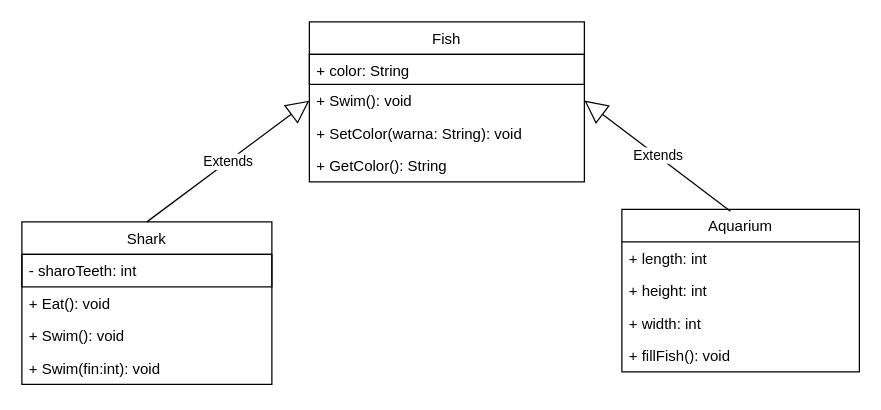
muhdaimanz/Week2ClassDiagrams keeps this draw.io diagram as Untitled Diagram.drawio. Above is the earlier version. Source tidied: cells renumbered, new cells numbered last; positions are measured from the earlier drawing's top-left corner, leaving out a move shared by most shapes. Both pictures are drawn from the tidied source at 125%, with x=0, y=0 at pixel (21, 21).
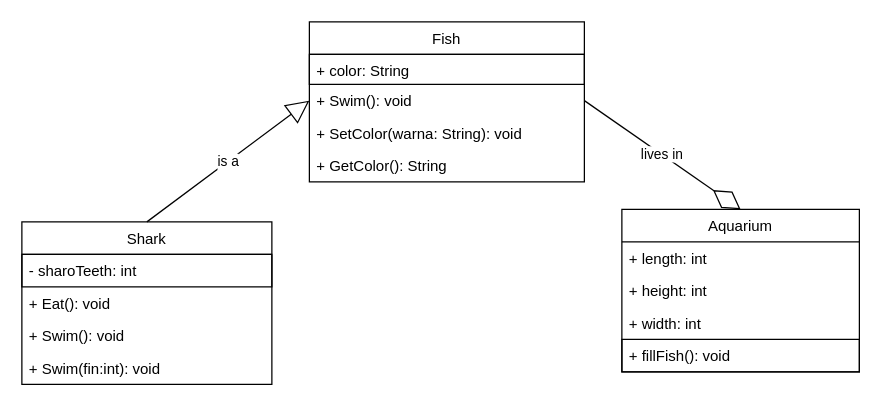
Above is the later version.

The edit, as a diff of the source:
```diff
@@
 <mxGraphModel>
   <root>
     <mxCell id="0" />
     <mxCell id="1" parent="0" />
     <mxCell id="2" value="Fish" style="swimlane;fontStyle=0;horizontal=1;startSize=26;fillColor=none;strokeColor=#000000;" parent="1" vertex="1">
       <mxGeometry x="230" width="220" height="128" as="geometry" />
     </mxCell>
     <mxCell id="3" value="+ color: String" style="text;fillColor=none;align=left;verticalAlign=top;spacingLeft=4;spacingRight=4;overflow=hidden;strokeColor=#000000;" parent="2" vertex="1">
       <mxGeometry y="26" width="220" height="24" as="geometry" />
     </mxCell>
     <mxCell id="4" value="+ Swim(): void" style="text;strokeColor=none;fillColor=none;align=left;verticalAlign=top;spacingLeft=4;spacingRight=4;overflow=hidden;points=[[0,0.5],[1,0.5]];portConstraint=eastwest;" parent="2" vertex="1">
       <mxGeometry y="50" width="220" height="26" as="geometry" />
     </mxCell>
     <mxCell id="5" value="+ SetColor(warna: String): void" style="text;strokeColor=none;fillColor=none;align=left;verticalAlign=top;spacingLeft=4;spacingRight=4;overflow=hidden;" parent="2" vertex="1">
       <mxGeometry y="76" width="220" height="26" as="geometry" />
     </mxCell>
     <mxCell id="6" value="+ GetColor(): String" style="text;strokeColor=none;fillColor=none;align=left;verticalAlign=top;spacingLeft=4;spacingRight=4;overflow=hidden;" parent="2" vertex="1">
       <mxGeometry y="102" width="220" height="26" as="geometry" />
     </mxCell>
     <mxCell id="7" value="Shark" style="swimlane;fontStyle=0;horizontal=1;startSize=26;fillColor=none;strokeColor=#000000;" parent="1" vertex="1">
       <mxGeometry y="160" width="200" height="130" as="geometry" />
     </mxCell>
     <mxCell id="8" value="- sharoTeeth: int" style="text;fillColor=none;align=left;verticalAlign=top;spacingLeft=4;spacingRight=4;overflow=hidden;strokeColor=#000000;" parent="7" vertex="1">
       <mxGeometry y="26" width="200" height="26" as="geometry" />
     </mxCell>
     <mxCell id="9" value="+ Eat(): void" style="text;strokeColor=none;fillColor=none;align=left;verticalAlign=top;spacingLeft=4;spacingRight=4;overflow=hidden;" parent="7" vertex="1">
       <mxGeometry y="52" width="200" height="26" as="geometry" />
     </mxCell>
     <mxCell id="10" value="+ Swim(): void" style="text;strokeColor=none;fillColor=none;align=left;verticalAlign=top;spacingLeft=4;spacingRight=4;overflow=hidden;" parent="7" vertex="1">
       <mxGeometry y="78" width="200" height="26" as="geometry" />
     </mxCell>
     <mxCell id="11" value="+ Swim(fin:int): void" style="text;strokeColor=none;fillColor=none;align=left;verticalAlign=top;spacingLeft=4;spacingRight=4;overflow=hidden;" parent="7" vertex="1">
       <mxGeometry y="104" width="200" height="26" as="geometry" />
     </mxCell>
     <mxCell id="12" value="Aquarium" style="swimlane;fontStyle=0;horizontal=1;startSize=26;fillColor=none;strokeColor=#000000;" parent="1" vertex="1">
       <mxGeometry x="480" y="150" width="190" height="130" as="geometry" />
     </mxCell>
     <mxCell id="13" value="+ length: int" style="text;strokeColor=none;fillColor=none;align=left;verticalAlign=top;spacingLeft=4;spacingRight=4;overflow=hidden;" parent="12" vertex="1">
       <mxGeometry y="26" width="190" height="26" as="geometry" />
     </mxCell>
     <mxCell id="14" value="+ height: int" style="text;strokeColor=none;fillColor=none;align=left;verticalAlign=top;spacingLeft=4;spacingRight=4;overflow=hidden;" parent="12" vertex="1">
       <mxGeometry y="52" width="190" height="26" as="geometry" />
     </mxCell>
     <mxCell id="15" value="+ width: int" style="text;strokeColor=none;fillColor=none;align=left;verticalAlign=top;spacingLeft=4;spacingRight=4;overflow=hidden;" parent="12" vertex="1">
       <mxGeometry y="78" width="190" height="26" as="geometry" />
     </mxCell>
-    <mxCell id="16" value="+ fillFish(): void" style="text;strokeColor=none;fillColor=none;align=left;verticalAlign=top;spacingLeft=4;spacingRight=4;overflow=hidden;" parent="12" vertex="1">
+    <mxCell id="16" value="+ fillFish(): void" style="text;fillColor=none;align=left;verticalAlign=top;spacingLeft=4;spacingRight=4;overflow=hidden;strokeColor=#000000;" parent="12" vertex="1">
       <mxGeometry y="104" width="190" height="26" as="geometry" />
     </mxCell>
-    <mxCell id="17" value="Extends" style="endArrow=block;endSize=16;endFill=0;html=1;exitX=0.5;exitY=0;exitDx=0;exitDy=0;entryX=0;entryY=0.5;entryDx=0;entryDy=0;" parent="1" edge="1" source="7" target="4">
+    <mxCell id="17" value="is a" style="endArrow=block;endSize=16;endFill=0;html=1;exitX=0.5;exitY=0;exitDx=0;exitDy=0;entryX=0;entryY=0.5;entryDx=0;entryDy=0;" parent="1" edge="1" source="7" target="4">
       <mxGeometry relative="1" as="geometry" />
     </mxCell>
-    <mxCell id="18" value="Extends" style="endArrow=block;endSize=16;endFill=0;html=1;exitX=0.457;exitY=0.011;exitDx=0;exitDy=0;entryX=1;entryY=0.5;entryDx=0;entryDy=0;exitPerimeter=0;" parent="1" edge="1" source="12" target="4">
-      <mxGeometry relative="1" as="geometry" />
-    </mxCell>
+    <mxCell id="19" value="lives in" style="endArrow=diamondThin;endFill=0;endSize=24;html=1;exitX=1;exitY=0.5;exitDx=0;exitDy=0;entryX=0.5;entryY=0;entryDx=0;entryDy=0;" parent="1" edge="1" source="4" target="12">
+      <mxGeometry relative="1" as="geometry" />
+    </mxCell>
   </root>
 </mxGraphModel>
```
